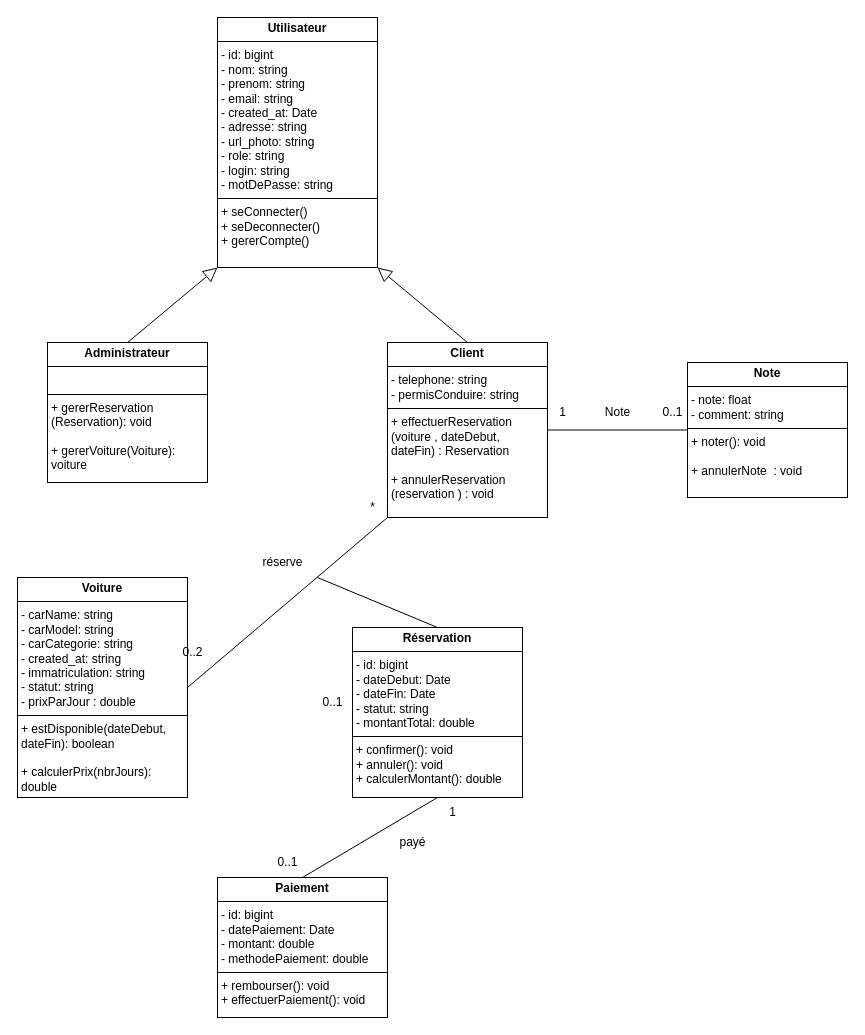
Marcel-Fassou-28/rentcar_project keeps this draw.io diagram as conception/class-diagramm.drawio. Above is the earlier version. Source tidied: cells renumbered, new cells numbered last; positions are measured from the earlier drawing's top-left corner, leaving out a move shared by most shapes. Both pictures are drawn from the tidied source at 100%, with x=0, y=0 at pixel (17, 17).
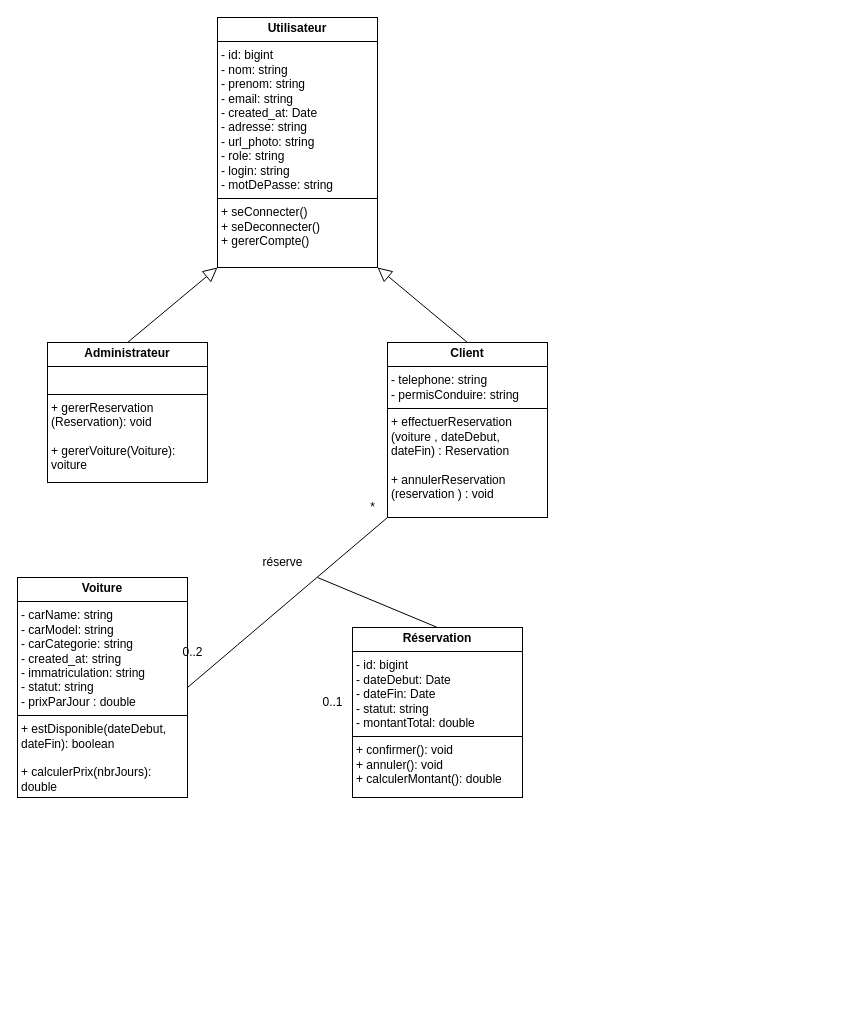
After the change.

The change refers to these unchanged cells:
```xml
<mxCell id="4" value="&lt;p style=&quot;margin:0px;margin-top:4px;text-align:center;&quot;&gt;&lt;strong&gt;Client&lt;/strong&gt;&lt;span class=&quot;_fadeIn_m1hgl_8&quot;&gt;&lt;/span&gt;&lt;/p&gt;&lt;hr size=&quot;1&quot; style=&quot;border-style:solid;&quot;&gt;&lt;p style=&quot;margin:0px;margin-left:4px;&quot;&gt;- telephone: string&lt;/p&gt;&lt;p style=&quot;margin:0px;margin-left:4px;&quot;&gt;- permisConduire: string&lt;/p&gt;&lt;hr size=&quot;1&quot; style=&quot;border-style:solid;&quot;&gt;&lt;p style=&quot;margin:0px;margin-left:4px;&quot;&gt;+ effectuerReservation (voiture , dateDebut, dateFin) : Reservation&lt;/p&gt;&lt;p style=&quot;margin:0px;margin-left:4px;&quot;&gt;&lt;br&gt;&lt;/p&gt;&lt;p style=&quot;margin:0px;margin-left:4px;&quot;&gt;+&amp;nbsp;annulerReservation (reservation ) : void&lt;/p&gt;&lt;p style=&quot;margin:0px;margin-left:4px;&quot;&gt;&lt;br&gt;&lt;/p&gt;" style="verticalAlign=top;align=left;overflow=fill;html=1;whiteSpace=wrap;" parent="1" vertex="1">
  <mxGeometry x="370" y="325" width="160" height="175" as="geometry" />
</mxCell>
<mxCell id="6" value="&lt;p style=&quot;margin:0px;margin-top:4px;text-align:center;&quot;&gt;&lt;b&gt;Réservation&lt;/b&gt;&lt;/p&gt;&lt;hr size=&quot;1&quot; style=&quot;border-style:solid;&quot;&gt;&lt;p style=&quot;margin:0px;margin-left:4px;&quot;&gt;- id: bigint&lt;/p&gt;&lt;p style=&quot;margin:0px;margin-left:4px;&quot;&gt;- dateDebut: Date&lt;/p&gt;&lt;p style=&quot;margin:0px;margin-left:4px;&quot;&gt;- dateFin: Date&lt;/p&gt;&lt;p style=&quot;margin:0px;margin-left:4px;&quot;&gt;- statut: string&lt;/p&gt;&lt;p style=&quot;margin:0px;margin-left:4px;&quot;&gt;- montantTotal: double&lt;/p&gt;&lt;hr size=&quot;1&quot; style=&quot;border-style:solid;&quot;&gt;&lt;p style=&quot;margin:0px;margin-left:4px;&quot;&gt;+ confirmer(): void&lt;/p&gt;&lt;p style=&quot;margin:0px;margin-left:4px;&quot;&gt;+ annuler(): void&lt;/p&gt;&lt;p style=&quot;margin:0px;margin-left:4px;&quot;&gt;+ calculerMontant(): double&lt;/p&gt;" style="verticalAlign=top;align=left;overflow=fill;html=1;whiteSpace=wrap;" parent="1" vertex="1">
  <mxGeometry x="335" y="610" width="170" height="170" as="geometry" />
</mxCell>
```

What changed in the source:
```diff
@@
-    <mxCell id="7" value="&lt;p style=&quot;margin:0px;margin-top:4px;text-align:center;&quot;&gt;&lt;b&gt;Paiement&lt;/b&gt;&lt;/p&gt;&lt;hr size=&quot;1&quot; style=&quot;border-style:solid;&quot;&gt;&lt;p style=&quot;margin:0px;margin-left:4px;&quot;&gt;- id: bigint&lt;/p&gt;&lt;p style=&quot;margin:0px;margin-left:4px;&quot;&gt;- datePaiement: Date&lt;/p&gt;&lt;p style=&quot;margin:0px;margin-left:4px;&quot;&gt;&lt;span style=&quot;background-color: transparent;&quot;&gt;- montant: double&lt;/span&gt;&lt;/p&gt;&lt;p style=&quot;margin:0px;margin-left:4px;&quot;&gt;&lt;span style=&quot;background-color: transparent;&quot;&gt;- methodePaiement: double&lt;/span&gt;&lt;/p&gt;&lt;hr size=&quot;1&quot; style=&quot;border-style:solid;&quot;&gt;&lt;p style=&quot;margin:0px;margin-left:4px;&quot;&gt;+ rembourser(): void&lt;/p&gt;&lt;p style=&quot;margin:0px;margin-left:4px;&quot;&gt;+ effectuerPaiement(): void&lt;/p&gt;" style="verticalAlign=top;align=left;overflow=fill;html=1;whiteSpace=wrap;" parent="1" vertex="1">
-      <mxGeometry x="200" y="860" width="170" height="140" as="geometry" />
-    </mxCell>
@@
-    <mxCell id="12" style="endArrow=none;html=1;exitX=0.5;exitY=0;exitDx=0;exitDy=0;entryX=0.5;entryY=1;entryDx=0;entryDy=0;" parent="1" edge="1" source="7" target="6">
-      <mxGeometry relative="1" as="geometry" />
-    </mxCell>
@@
-    <mxCell id="15" value="1" style="text;html=1;align=center;verticalAlign=middle;strokeColor=none;fillColor=none;" parent="1" vertex="1">
-      <mxGeometry x="420" y="780" width="30" height="30" as="geometry" />
-    </mxCell>
-    <mxCell id="16" value="0..1" style="text;html=1;align=center;verticalAlign=middle;strokeColor=none;fillColor=none;" parent="1" vertex="1">
-      <mxGeometry x="250" y="830" width="40" height="30" as="geometry" />
-    </mxCell>
@@
-    <mxCell id="19" value="payé" style="text;html=1;align=center;verticalAlign=middle;strokeColor=none;fillColor=none;" parent="1" vertex="1">
-      <mxGeometry x="370" y="810" width="50" height="30" as="geometry" />
-    </mxCell>
-    <mxCell id="20" value="&lt;p style=&quot;margin:0px;margin-top:4px;text-align:center;&quot;&gt;&lt;b&gt;Note&lt;/b&gt;&lt;/p&gt;&lt;hr size=&quot;1&quot; style=&quot;border-style:solid;&quot;&gt;&lt;p style=&quot;margin:0px;margin-left:4px;&quot;&gt;- note: float&lt;/p&gt;&lt;p style=&quot;margin:0px;margin-left:4px;&quot;&gt;- comment: string&lt;/p&gt;&lt;hr size=&quot;1&quot; style=&quot;border-style:solid;&quot;&gt;&lt;p style=&quot;margin:0px;margin-left:4px;&quot;&gt;+ noter(): void&lt;/p&gt;&lt;p style=&quot;margin:0px;margin-left:4px;&quot;&gt;&lt;br&gt;&lt;/p&gt;&lt;p style=&quot;margin:0px;margin-left:4px;&quot;&gt;+&amp;nbsp;annulerNote&amp;nbsp; : void&lt;/p&gt;&lt;p style=&quot;margin:0px;margin-left:4px;&quot;&gt;&lt;br&gt;&lt;/p&gt;" style="verticalAlign=top;align=left;overflow=fill;html=1;whiteSpace=wrap;" parent="1" vertex="1">
-      <mxGeometry x="670" y="345" width="160" height="135" as="geometry" />
-    </mxCell>
-    <mxCell id="21" style="endArrow=none;html=1;exitX=1;exitY=0.5;exitDx=0;exitDy=0;entryX=0;entryY=0.5;entryDx=0;entryDy=0;" parent="1" edge="1" source="4" target="20">
-      <mxGeometry relative="1" as="geometry" />
-    </mxCell>
-    <mxCell id="22" value="1" style="text;html=1;align=center;verticalAlign=middle;strokeColor=none;fillColor=none;" parent="1" vertex="1">
-      <mxGeometry x="530" y="380" width="30" height="30" as="geometry" />
-    </mxCell>
-    <mxCell id="23" value="0..1" style="text;html=1;align=center;verticalAlign=middle;strokeColor=none;fillColor=none;" parent="1" vertex="1">
-      <mxGeometry x="635" y="380" width="40" height="30" as="geometry" />
-    </mxCell>
-    <mxCell id="24" value="Note" style="text;html=1;align=center;verticalAlign=middle;strokeColor=none;fillColor=none;" parent="1" vertex="1">
-      <mxGeometry x="575" y="380" width="50" height="30" as="geometry" />
-    </mxCell>
```
